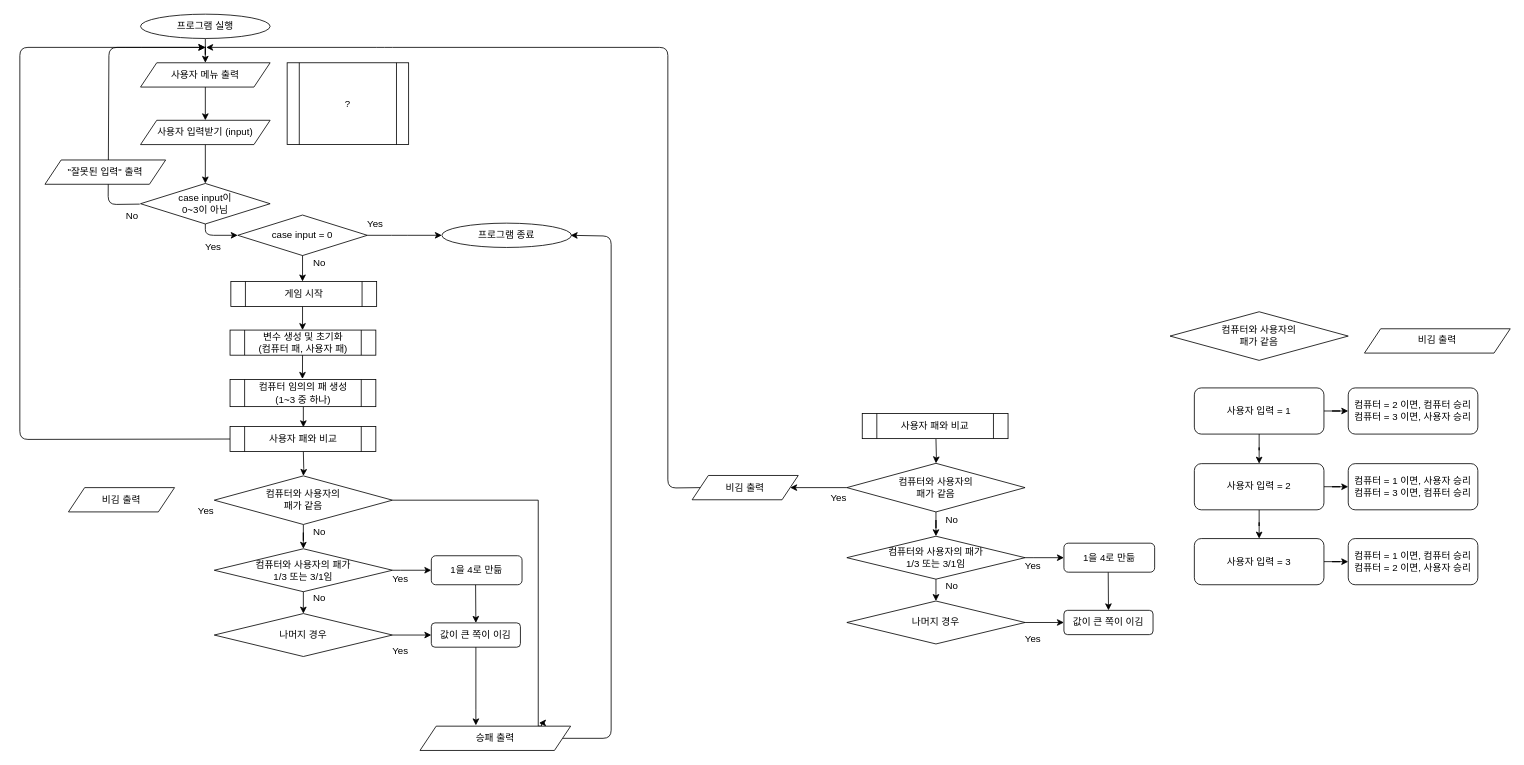
This is rockPaperScissors.drawio from just1103/Swift_Syntax, a draw.io file, before an edit. Source tidied: cells renumbered, new cells numbered last; positions are measured from the earlier drawing's top-left corner, leaving out a move shared by most shapes. Both pictures are drawn from the tidied source at 81%, with x=0, y=0 at pixel (19, 14).
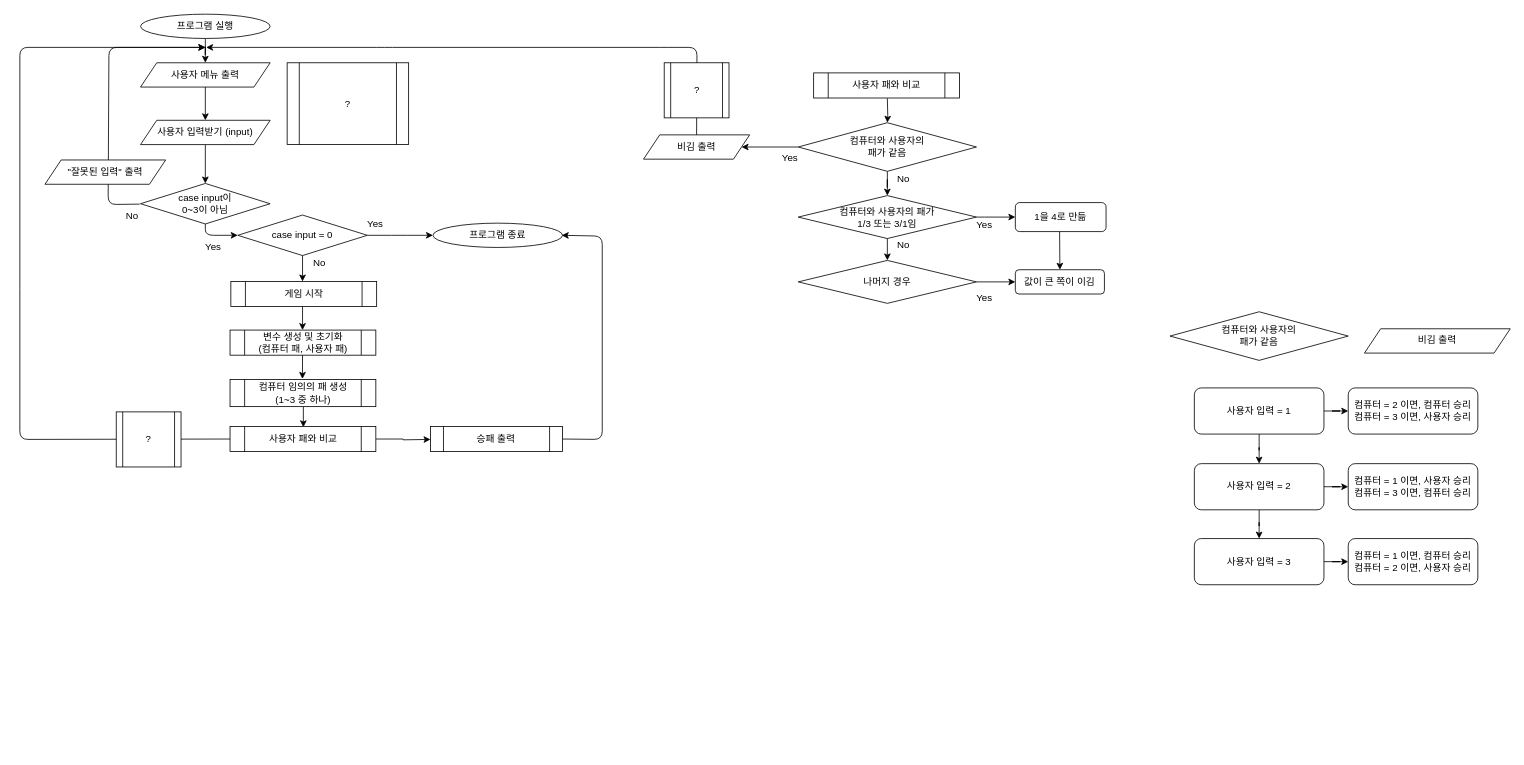
Above is the later version.

Unchanged cells that the change refers to:
```xml
<mxCell id="57" value="사용자 패와 비교" style="shape=process;whiteSpace=wrap;html=1;backgroundOutline=1;" parent="1" vertex="1">
  <mxGeometry x="259.5" y="509" width="180" height="31" as="geometry" />
</mxCell>
```

The edit, as a diff of the source:
```diff
@@
     <mxCell id="14" value="프로그램 종료" style="ellipse;whiteSpace=wrap;html=1;" parent="1" vertex="1">
-      <mxGeometry x="521" y="258" width="160" height="30" as="geometry" />
+      <mxGeometry x="510" y="258" width="160" height="30" as="geometry" />
     </mxCell>
-    <mxCell id="15" style="edgeStyle=orthogonalEdgeStyle;rounded=0;jettySize=auto;html=1;" parent="1" edge="1" target="25">
-      <mxGeometry relative="1" as="geometry">
-        <mxPoint x="350" y="540" as="sourcePoint" />
-      </mxGeometry>
-    </mxCell>
@@
-    <mxCell id="17" value="Yes" style="text;html=1;strokeColor=none;fillColor=none;align=center;verticalAlign=middle;whiteSpace=wrap;rounded=0;" parent="1" vertex="1">
-      <mxGeometry x="210" y="603" width="40" height="21" as="geometry" />
-    </mxCell>
@@
     <mxCell id="21" style="endArrow=classic;html=1;exitX=1;exitY=0.5;exitDx=0;exitDy=0;" parent="1" edge="1" source="34">
       <mxGeometry relative="1" as="geometry">
-        <mxPoint x="680" y="273" as="targetPoint" />
+        <mxPoint x="669" y="273" as="targetPoint" />
         <Array as="points">
-          <mxPoint x="730" y="894" />
-          <mxPoint x="730" y="274" />
+          <mxPoint x="719" y="525" />
+          <mxPoint x="719" y="274" />
         </Array>
       </mxGeometry>
     </mxCell>
-    <mxCell id="22" style="endArrow=classic;html=1;exitX=0.488;exitY=0.996;exitDx=0;exitDy=0;entryX=0.5;entryY=0;entryDx=0;entryDy=0;exitPerimeter=0;" parent="1" edge="1" source="52" target="31">
-      <mxGeometry relative="1" as="geometry" />
-    </mxCell>
-    <mxCell id="23" style="edgeStyle=orthogonalEdgeStyle;rounded=0;jettySize=auto;html=1;" parent="1" edge="1" source="25" target="29">
-      <mxGeometry relative="1" as="geometry" />
-    </mxCell>
-    <mxCell id="24" style="edgeStyle=orthogonalEdgeStyle;rounded=0;jettySize=auto;html=1;entryX=0.79;entryY=-0.133;entryDx=0;entryDy=0;entryPerimeter=0;" parent="1" edge="1" source="25" target="34">
-      <mxGeometry relative="1" as="geometry">
-        <Array as="points">
-          <mxPoint x="640" y="600" />
-          <mxPoint x="640" y="879" />
-          <mxPoint x="644" y="879" />
-          <mxPoint x="644" y="875" />
-        </Array>
-      </mxGeometry>
-    </mxCell>
-    <mxCell id="25" value="컴퓨터와 사용자의&lt;br&gt;패가 같음" style="rhombus;whiteSpace=wrap;html=1;" parent="1" vertex="1">
-      <mxGeometry x="240" y="570" width="220" height="60" as="geometry" />
-    </mxCell>
@@
-    <mxCell id="28" style="edgeStyle=orthogonalEdgeStyle;rounded=0;jettySize=auto;html=1;entryX=0;entryY=0.5;entryDx=0;entryDy=0;exitX=1;exitY=0.5;exitDx=0;exitDy=0;" parent="1" edge="1" source="29" target="52">
-      <mxGeometry relative="1" as="geometry">
-        <Array as="points">
-          <mxPoint x="470" y="687" />
-          <mxPoint x="470" y="687" />
-        </Array>
-      </mxGeometry>
-    </mxCell>
-    <mxCell id="29" value="컴퓨터와 사용자의 패가 &lt;br&gt;1/3 또는 3/1임" style="rhombus;whiteSpace=wrap;html=1;" parent="1" vertex="1">
-      <mxGeometry x="240" y="660" width="220" height="53" as="geometry" />
-    </mxCell>
-    <mxCell id="30" value="No" style="text;html=1;strokeColor=none;fillColor=none;align=center;verticalAlign=middle;whiteSpace=wrap;rounded=0;" parent="1" vertex="1">
-      <mxGeometry x="350" y="630" width="40" height="20" as="geometry" />
-    </mxCell>
-    <mxCell id="31" value="값이 큰 쪽이 이김" style="rounded=1;whiteSpace=wrap;html=1;" parent="1" vertex="1">
-      <mxGeometry x="508" y="751.5" width="110" height="30" as="geometry" />
-    </mxCell>
@@
-    <mxCell id="34" value="승패 출력" style="shape=parallelogram;perimeter=parallelogramPerimeter;whiteSpace=wrap;html=1;fixedSize=1;" parent="1" vertex="1">
-      <mxGeometry x="494" y="879" width="186" height="30" as="geometry" />
-    </mxCell>
-    <mxCell id="35" value="Yes" style="text;html=1;strokeColor=none;fillColor=none;align=center;verticalAlign=middle;whiteSpace=wrap;rounded=0;" parent="1" vertex="1">
-      <mxGeometry x="450" y="686" width="40" height="21" as="geometry" />
-    </mxCell>
-    <mxCell id="36" value="Yes" style="text;html=1;strokeColor=none;fillColor=none;align=center;verticalAlign=middle;whiteSpace=wrap;rounded=0;" parent="1" vertex="1">
-      <mxGeometry x="450" y="776" width="40" height="21" as="geometry" />
-    </mxCell>
-    <mxCell id="37" value="No" style="text;html=1;strokeColor=none;fillColor=none;align=center;verticalAlign=middle;whiteSpace=wrap;rounded=0;" parent="1" vertex="1">
-      <mxGeometry x="350" y="711" width="40" height="20" as="geometry" />
-    </mxCell>
-    <mxCell id="38" style="endArrow=classic;html=1;exitX=0.5;exitY=1;exitDx=0;exitDy=0;" parent="1" edge="1" source="31">
-      <mxGeometry relative="1" as="geometry">
-        <mxPoint x="563" y="878" as="targetPoint" />
-        <Array as="points">
-          <mxPoint x="563" y="848" />
-        </Array>
-      </mxGeometry>
-    </mxCell>
@@
-    <mxCell id="51" value="나머지 경우" style="rhombus;whiteSpace=wrap;html=1;" parent="1" vertex="1">
-      <mxGeometry x="240" y="740" width="220" height="53" as="geometry" />
-    </mxCell>
-    <mxCell id="52" value="1을 4로 만듦" style="rounded=1;whiteSpace=wrap;html=1;" parent="1" vertex="1">
-      <mxGeometry x="508" y="668.6" width="112" height="35.8" as="geometry" />
-    </mxCell>
@@
-    <mxCell id="55" style="endArrow=classic;html=1;exitX=0.5;exitY=1;exitDx=0;exitDy=0;entryX=0.5;entryY=0;entryDx=0;entryDy=0;" parent="1" edge="1" source="29" target="51">
-      <mxGeometry relative="1" as="geometry" />
-    </mxCell>
-    <mxCell id="56" style="edgeStyle=orthogonalEdgeStyle;rounded=0;jettySize=auto;html=1;entryX=0;entryY=0.5;entryDx=0;entryDy=0;exitX=1;exitY=0.5;exitDx=0;exitDy=0;" parent="1" edge="1" source="51" target="31">
-      <mxGeometry relative="1" as="geometry" />
-    </mxCell>
+    <mxCell id="83" style="edgeStyle=orthogonalEdgeStyle;rounded=0;jettySize=auto;html=1;" parent="1" edge="1" source="57">
+      <mxGeometry relative="1" as="geometry">
+        <mxPoint x="507" y="525" as="targetPoint" />
+      </mxGeometry>
+    </mxCell>
@@
     <mxCell id="62" style="edgeStyle=orthogonalEdgeStyle;rounded=0;jettySize=auto;html=1;" parent="1" edge="1" target="66">
       <mxGeometry relative="1" as="geometry">
-        <mxPoint x="1131" y="524.5" as="sourcePoint" />
+        <mxPoint x="1071" y="104" as="sourcePoint" />
       </mxGeometry>
     </mxCell>
     <mxCell id="63" value="Yes" style="text;html=1;strokeColor=none;fillColor=none;align=center;verticalAlign=middle;whiteSpace=wrap;rounded=0;" parent="1" vertex="1">
-      <mxGeometry x="991" y="587.5" width="40" height="21" as="geometry" />
+      <mxGeometry x="931" y="167" width="40" height="21" as="geometry" />
     </mxCell>
@@
     <mxCell id="66" value="컴퓨터와 사용자의&lt;br&gt;패가 같음" style="rhombus;whiteSpace=wrap;html=1;" parent="1" vertex="1">
-      <mxGeometry x="1021" y="554.5" width="220" height="60" as="geometry" />
+      <mxGeometry x="961" y="134" width="220" height="60" as="geometry" />
     </mxCell>
     <mxCell id="67" style="edgeStyle=orthogonalEdgeStyle;rounded=0;jettySize=auto;html=1;entryX=0;entryY=0.5;entryDx=0;entryDy=0;exitX=1;exitY=0.5;exitDx=0;exitDy=0;" parent="1" edge="1" source="68" target="76">
       <mxGeometry relative="1" as="geometry">
         <Array as="points">
-          <mxPoint x="1251" y="671.5" />
-          <mxPoint x="1251" y="671.5" />
+          <mxPoint x="1191" y="251" />
+          <mxPoint x="1191" y="251" />
         </Array>
       </mxGeometry>
     </mxCell>
     <mxCell id="68" value="컴퓨터와 사용자의 패가 &lt;br&gt;1/3 또는 3/1임" style="rhombus;whiteSpace=wrap;html=1;" parent="1" vertex="1">
-      <mxGeometry x="1021" y="644.5" width="220" height="53" as="geometry" />
+      <mxGeometry x="961" y="224" width="220" height="53" as="geometry" />
     </mxCell>
     <mxCell id="69" value="No" style="text;html=1;strokeColor=none;fillColor=none;align=center;verticalAlign=middle;whiteSpace=wrap;rounded=0;" parent="1" vertex="1">
-      <mxGeometry x="1131" y="614.5" width="40" height="20" as="geometry" />
+      <mxGeometry x="1071" y="194" width="40" height="20" as="geometry" />
     </mxCell>
     <mxCell id="70" value="값이 큰 쪽이 이김" style="rounded=1;whiteSpace=wrap;html=1;" parent="1" vertex="1">
-      <mxGeometry x="1289" y="736" width="110" height="30" as="geometry" />
+      <mxGeometry x="1229" y="315.5" width="110" height="30" as="geometry" />
     </mxCell>
     <mxCell id="71" value="Yes" style="text;html=1;strokeColor=none;fillColor=none;align=center;verticalAlign=middle;whiteSpace=wrap;rounded=0;" parent="1" vertex="1">
-      <mxGeometry x="1231" y="670.5" width="40" height="21" as="geometry" />
+      <mxGeometry x="1171" y="250" width="40" height="21" as="geometry" />
     </mxCell>
     <mxCell id="72" value="Yes" style="text;html=1;strokeColor=none;fillColor=none;align=center;verticalAlign=middle;whiteSpace=wrap;rounded=0;" parent="1" vertex="1">
-      <mxGeometry x="1231" y="760.5" width="40" height="21" as="geometry" />
+      <mxGeometry x="1171" y="340" width="40" height="21" as="geometry" />
     </mxCell>
     <mxCell id="73" value="No" style="text;html=1;strokeColor=none;fillColor=none;align=center;verticalAlign=middle;whiteSpace=wrap;rounded=0;" parent="1" vertex="1">
-      <mxGeometry x="1131" y="695.5" width="40" height="20" as="geometry" />
+      <mxGeometry x="1071" y="275" width="40" height="20" as="geometry" />
     </mxCell>
     <mxCell id="74" value="비김 출력" style="shape=parallelogram;perimeter=parallelogramPerimeter;whiteSpace=wrap;html=1;fixedSize=1;" parent="1" vertex="1">
-      <mxGeometry x="830" y="569.5" width="131" height="30" as="geometry" />
+      <mxGeometry x="770" y="149" width="131" height="30" as="geometry" />
     </mxCell>
     <mxCell id="75" value="나머지 경우" style="rhombus;whiteSpace=wrap;html=1;" parent="1" vertex="1">
-      <mxGeometry x="1021" y="724.5" width="220" height="53" as="geometry" />
+      <mxGeometry x="961" y="304" width="220" height="53" as="geometry" />
     </mxCell>
     <mxCell id="76" value="1을 4로 만듦" style="rounded=1;whiteSpace=wrap;html=1;" parent="1" vertex="1">
-      <mxGeometry x="1289" y="653.1" width="112" height="35.8" as="geometry" />
+      <mxGeometry x="1229" y="232.6" width="112" height="35.8" as="geometry" />
     </mxCell>
@@
     <mxCell id="79" value="사용자 패와 비교" style="shape=process;whiteSpace=wrap;html=1;backgroundOutline=1;" parent="1" vertex="1">
-      <mxGeometry x="1040" y="493" width="180" height="31" as="geometry" />
+      <mxGeometry x="980" y="72.5" width="180" height="31" as="geometry" />
     </mxCell>
-    <mxCell id="80" style="endArrow=classic;html=1;exitX=0;exitY=0.5;exitDx=0;exitDy=0;" parent="1" edge="1" source="74">
+    <mxCell id="80" style="endArrow=classic;html=1;exitX=0.5;exitY=0;exitDx=0;exitDy=0;" parent="1" edge="1" source="74">
       <mxGeometry relative="1" as="geometry">
         <mxPoint x="230" y="41" as="targetPoint" />
         <Array as="points">
-          <mxPoint x="800" y="585" />
+          <mxPoint x="836" y="41" />
           <mxPoint x="800" y="41" />
           <mxPoint x="450" y="41" />
         </Array>
       </mxGeometry>
     </mxCell>
-    <mxCell id="81" value="비김 출력" style="shape=parallelogram;perimeter=parallelogramPerimeter;whiteSpace=wrap;html=1;fixedSize=1;" parent="1" vertex="1">
-      <mxGeometry x="60" y="584.5" width="131" height="30" as="geometry" />
-    </mxCell>
@@
+    <mxCell id="84" value="&lt;span&gt;?&lt;/span&gt;" style="shape=process;whiteSpace=wrap;html=1;backgroundOutline=1;" parent="1" vertex="1">
+      <mxGeometry x="119" y="491" width="80" height="68" as="geometry" />
+    </mxCell>
+    <mxCell id="85" value="&lt;span&gt;?&lt;/span&gt;" style="shape=process;whiteSpace=wrap;html=1;backgroundOutline=1;" parent="1" vertex="1">
+      <mxGeometry x="795.5" y="60" width="80" height="68" as="geometry" />
+    </mxCell>
+    <mxCell id="34" value="승패 출력" style="shape=process;whiteSpace=wrap;html=1;backgroundOutline=1;" parent="1" vertex="1">
+      <mxGeometry x="507" y="509" width="163" height="31" as="geometry" />
+    </mxCell>
```
